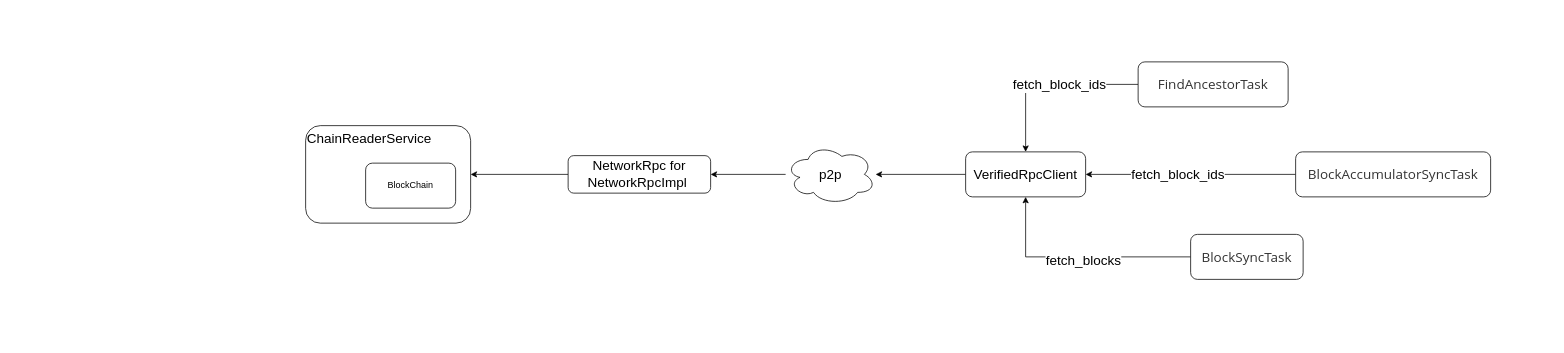
Earlier version of the draw.io diagram page "call-chain" (8 of 8) of savedoc/drawio/starcoin-service.drawio (jackzhhuang/blog). Source tidied: cells renumbered, new cells numbered last; positions are measured from the earlier drawing's top-left corner, leaving out a move shared by most shapes. Both pictures are drawn from the tidied source at 75%, with x=0, y=0 at pixel (305, 62).
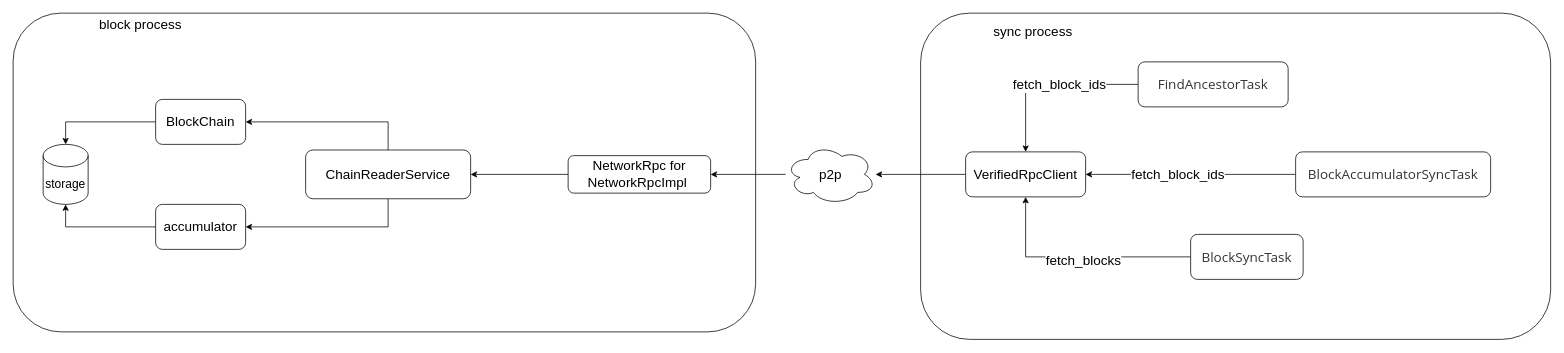
The same diagram, later.

Diff of the diagram source:
```diff
@@
+    <mxCell id="19" style="rounded=1;whiteSpace=wrap;html=1;" parent="1" vertex="1">
+      <mxGeometry x="-390" y="-65" width="990" height="425" as="geometry" />
+    </mxCell>
+    <mxCell id="20" style="rounded=1;whiteSpace=wrap;html=1;" parent="1" vertex="1">
+      <mxGeometry x="820" y="-65" width="840" height="435" as="geometry" />
+    </mxCell>
@@
+    <mxCell id="21" style="edgeStyle=orthogonalEdgeStyle;rounded=0;jettySize=auto;html=1;entryX=1;entryY=0.5;entryDx=0;entryDy=0;exitX=0.5;exitY=0;exitDx=0;exitDy=0;" parent="1" edge="1" source="8" target="18">
+      <mxGeometry relative="1" as="geometry" />
+    </mxCell>
+    <mxCell id="22" style="edgeStyle=orthogonalEdgeStyle;rounded=0;jettySize=auto;html=1;entryX=1;entryY=0.5;entryDx=0;entryDy=0;exitX=0.5;exitY=1;exitDx=0;exitDy=0;" parent="1" edge="1" source="8" target="26">
+      <mxGeometry relative="1" as="geometry" />
+    </mxCell>
-    <mxCell id="8" value="&lt;font style=&quot;font-size: 18px;&quot;&gt;ChainReaderService&lt;/font&gt;" style="rounded=1;whiteSpace=wrap;html=1;align=left;verticalAlign=top;" parent="1" vertex="1">
-      <mxGeometry y="85" width="220" height="130" as="geometry" />
+    <mxCell id="8" value="&lt;font style=&quot;font-size: 18px;&quot;&gt;ChainReaderService&lt;/font&gt;" style="rounded=1;whiteSpace=wrap;html=1;align=center;verticalAlign=middle;" parent="1" vertex="1">
+      <mxGeometry y="117.5" width="220" height="65" as="geometry" />
     </mxCell>
@@
+    <mxCell id="23" style="edgeStyle=orthogonalEdgeStyle;rounded=0;jettySize=auto;html=1;entryX=0.5;entryY=0;entryDx=0;entryDy=0;entryPerimeter=0;" parent="1" edge="1" source="18" target="24">
+      <mxGeometry relative="1" as="geometry" />
+    </mxCell>
-    <mxCell id="18" value="BlockChain" style="whiteSpace=wrap;html=1;rounded=1;" parent="1" vertex="1">
-      <mxGeometry x="80" y="135" width="120" height="60" as="geometry" />
+    <mxCell id="18" value="&lt;font style=&quot;font-size: 18px;&quot;&gt;BlockChain&lt;/font&gt;" style="whiteSpace=wrap;html=1;rounded=1;" parent="1" vertex="1">
+      <mxGeometry x="-200" y="50" width="120" height="60" as="geometry" />
     </mxCell>
+    <mxCell id="24" value="&lt;font style=&quot;font-size: 16px;&quot;&gt;storage&lt;/font&gt;" style="shape=cylinder3;whiteSpace=wrap;html=1;boundedLbl=1;backgroundOutline=1;size=15;" parent="1" vertex="1">
+      <mxGeometry x="-350" y="110" width="60" height="80" as="geometry" />
+    </mxCell>
+    <mxCell id="25" style="edgeStyle=orthogonalEdgeStyle;rounded=0;jettySize=auto;html=1;entryX=0.5;entryY=1;entryDx=0;entryDy=0;entryPerimeter=0;" parent="1" edge="1" source="26" target="24">
+      <mxGeometry relative="1" as="geometry" />
+    </mxCell>
+    <mxCell id="26" value="&lt;span style=&quot;font-size: 18px;&quot;&gt;accumulator&lt;/span&gt;" style="whiteSpace=wrap;html=1;rounded=1;" parent="1" vertex="1">
+      <mxGeometry x="-200" y="190" width="120" height="60" as="geometry" />
+    </mxCell>
+    <mxCell id="27" value="&lt;font style=&quot;font-size: 18px;&quot;&gt;sync process&lt;/font&gt;" style="text;html=1;strokeColor=none;fillColor=none;align=center;verticalAlign=middle;whiteSpace=wrap;rounded=0;" parent="1" vertex="1">
+      <mxGeometry x="880" y="-55" width="180" height="30" as="geometry" />
+    </mxCell>
+    <mxCell id="28" value="&lt;span style=&quot;font-size: 18px;&quot;&gt;block process&lt;/span&gt;" style="text;html=1;strokeColor=none;fillColor=none;align=center;verticalAlign=middle;whiteSpace=wrap;rounded=0;" parent="1" vertex="1">
+      <mxGeometry x="-310" y="-65" width="180" height="30" as="geometry" />
+    </mxCell>
```
